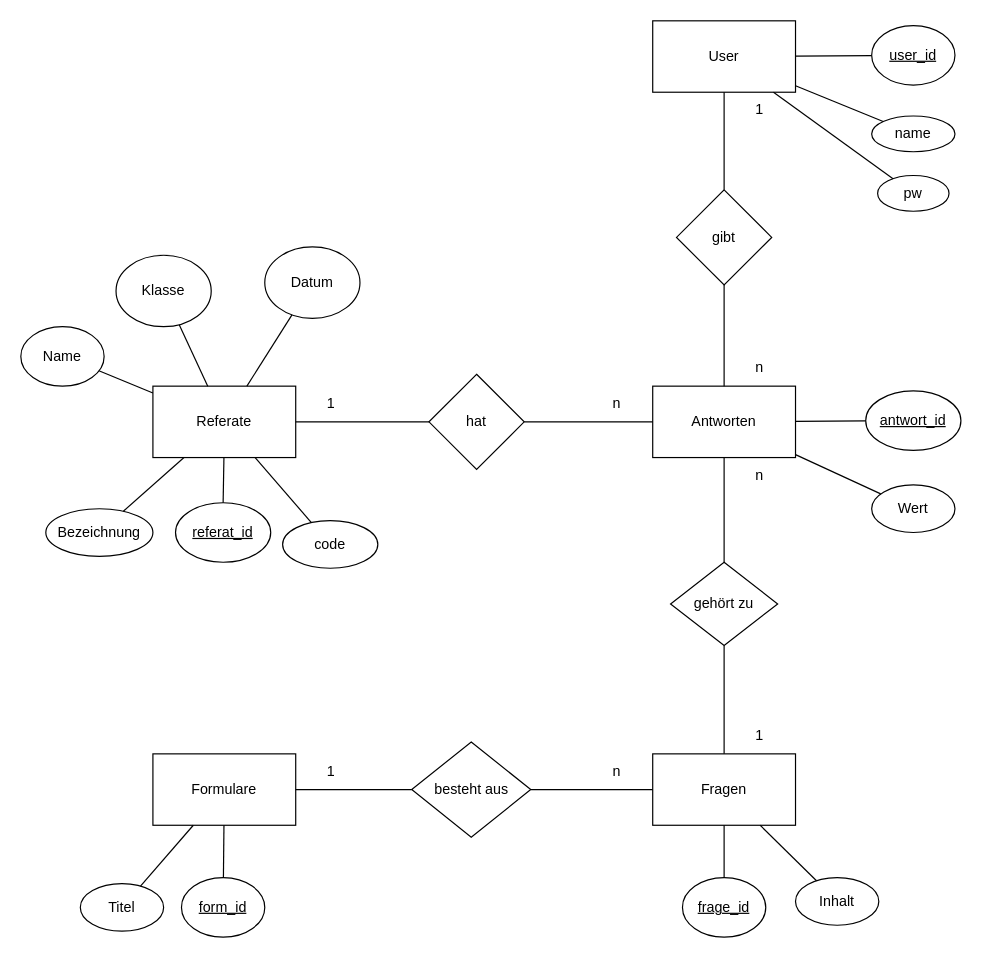
Earlier version of the draw.io diagram db/ER.drawio (Frogrhino/presentation-evaluation). Source tidied: cells renumbered, new cells numbered last; positions are measured from the earlier drawing's top-left corner, leaving out a move shared by most shapes. Both pictures are drawn from the tidied source at 119%, with x=0, y=0 at pixel (20, 20).
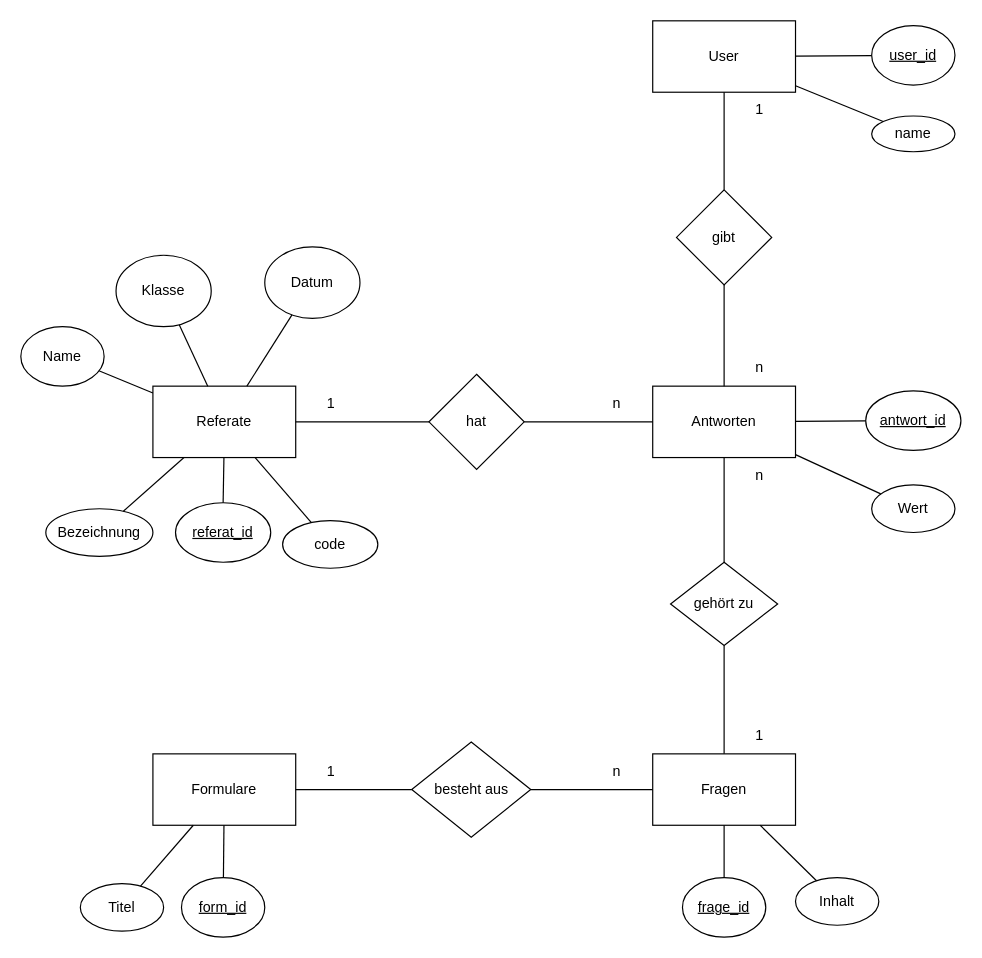
Above is the later version.

The change refers to these unchanged cells:
```xml
<mxCell id="15" value="User" style="rounded=0;whiteSpace=wrap;html=1;" parent="1" vertex="1">
  <mxGeometry x="531" width="120" height="60" as="geometry" />
</mxCell>
```

The edit, as a diff of the source:
```diff
@@
-    <mxCell id="47" value="pw" style="ellipse;whiteSpace=wrap;html=1;" parent="1" vertex="1">
-      <mxGeometry x="720" y="130" width="60" height="30" as="geometry" />
-    </mxCell>
-    <mxCell id="48" style="endArrow=none;html=1;rounded=0;" parent="1" edge="1" source="15" target="47">
-      <mxGeometry relative="1" as="geometry" />
-    </mxCell>
```
